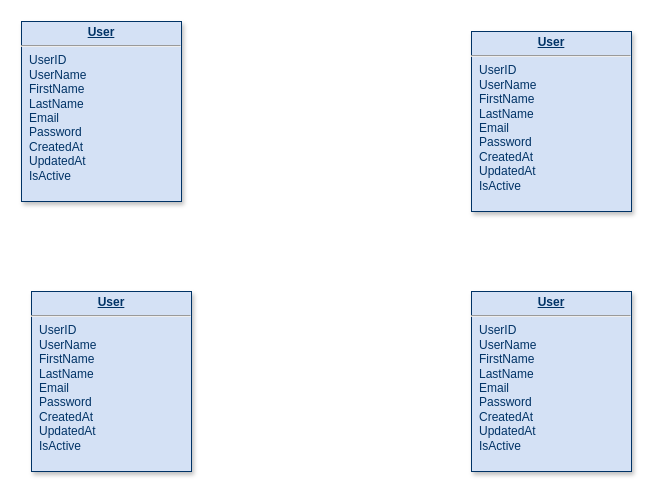
This is Team7.drawio from Zachary-R-Wilson/CIS-560-Project, a draw.io file, before an edit. Source tidied: cells renumbered, new cells numbered last; positions are measured from the earlier drawing's top-left corner, leaving out a move shared by most shapes. Both pictures are drawn from the tidied source at 100%, with x=0, y=0 at pixel (21, 21).
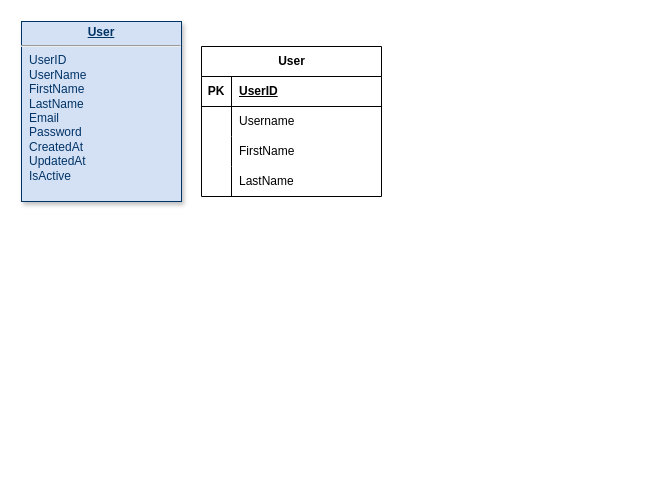
The same diagram, later.

What changed in the source:
```diff
@@
 <mxGraphModel>
   <root>
     <mxCell id="0" />
     <mxCell id="1" parent="0" />
     <mxCell id="2" value="&lt;p style=&quot;margin: 0px; margin-top: 4px; text-align: center; text-decoration: underline;&quot;&gt;&lt;strong&gt;User&lt;/strong&gt;&lt;/p&gt;&lt;hr&gt;&lt;p style=&quot;margin: 0px; margin-left: 8px;&quot;&gt;UserID&lt;/p&gt;&lt;p style=&quot;margin: 0px; margin-left: 8px;&quot;&gt;&lt;span style=&quot;background-color: initial;&quot;&gt;UserName&lt;/span&gt;&lt;br&gt;&lt;/p&gt;&lt;p style=&quot;margin: 0px; margin-left: 8px;&quot;&gt;FirstName&lt;/p&gt;&lt;p style=&quot;margin: 0px; margin-left: 8px;&quot;&gt;LastName&lt;/p&gt;&lt;p style=&quot;margin: 0px; margin-left: 8px;&quot;&gt;Email&lt;/p&gt;&lt;p style=&quot;margin: 0px; margin-left: 8px;&quot;&gt;Password&lt;/p&gt;&lt;p style=&quot;margin: 0px; margin-left: 8px;&quot;&gt;CreatedAt&lt;/p&gt;&lt;p style=&quot;margin: 0px; margin-left: 8px;&quot;&gt;UpdatedAt&lt;/p&gt;&lt;p style=&quot;margin: 0px; margin-left: 8px;&quot;&gt;IsActive&lt;/p&gt;" style="verticalAlign=top;align=left;overflow=fill;fontSize=12;fontFamily=Helvetica;html=1;strokeColor=#003366;shadow=1;fillColor=#D4E1F5;fontColor=#003366;" parent="1" vertex="1">
       <mxGeometry width="160" height="180" as="geometry" />
     </mxCell>
-    <mxCell id="3" value="&lt;p style=&quot;margin: 0px; margin-top: 4px; text-align: center; text-decoration: underline;&quot;&gt;&lt;strong&gt;User&lt;/strong&gt;&lt;/p&gt;&lt;hr&gt;&lt;p style=&quot;margin: 0px; margin-left: 8px;&quot;&gt;UserID&lt;/p&gt;&lt;p style=&quot;margin: 0px; margin-left: 8px;&quot;&gt;&lt;span style=&quot;background-color: initial;&quot;&gt;UserName&lt;/span&gt;&lt;br&gt;&lt;/p&gt;&lt;p style=&quot;margin: 0px; margin-left: 8px;&quot;&gt;FirstName&lt;/p&gt;&lt;p style=&quot;margin: 0px; margin-left: 8px;&quot;&gt;LastName&lt;/p&gt;&lt;p style=&quot;margin: 0px; margin-left: 8px;&quot;&gt;Email&lt;/p&gt;&lt;p style=&quot;margin: 0px; margin-left: 8px;&quot;&gt;Password&lt;/p&gt;&lt;p style=&quot;margin: 0px; margin-left: 8px;&quot;&gt;CreatedAt&lt;/p&gt;&lt;p style=&quot;margin: 0px; margin-left: 8px;&quot;&gt;UpdatedAt&lt;/p&gt;&lt;p style=&quot;margin: 0px; margin-left: 8px;&quot;&gt;IsActive&lt;/p&gt;" style="verticalAlign=top;align=left;overflow=fill;fontSize=12;fontFamily=Helvetica;html=1;strokeColor=#003366;shadow=1;fillColor=#D4E1F5;fontColor=#003366;" parent="1" vertex="1">
-      <mxGeometry x="10" y="270" width="160" height="180" as="geometry" />
-    </mxCell>
-    <mxCell id="4" value="&lt;p style=&quot;margin: 0px; margin-top: 4px; text-align: center; text-decoration: underline;&quot;&gt;&lt;strong&gt;User&lt;/strong&gt;&lt;/p&gt;&lt;hr&gt;&lt;p style=&quot;margin: 0px; margin-left: 8px;&quot;&gt;UserID&lt;/p&gt;&lt;p style=&quot;margin: 0px; margin-left: 8px;&quot;&gt;&lt;span style=&quot;background-color: initial;&quot;&gt;UserName&lt;/span&gt;&lt;br&gt;&lt;/p&gt;&lt;p style=&quot;margin: 0px; margin-left: 8px;&quot;&gt;FirstName&lt;/p&gt;&lt;p style=&quot;margin: 0px; margin-left: 8px;&quot;&gt;LastName&lt;/p&gt;&lt;p style=&quot;margin: 0px; margin-left: 8px;&quot;&gt;Email&lt;/p&gt;&lt;p style=&quot;margin: 0px; margin-left: 8px;&quot;&gt;Password&lt;/p&gt;&lt;p style=&quot;margin: 0px; margin-left: 8px;&quot;&gt;CreatedAt&lt;/p&gt;&lt;p style=&quot;margin: 0px; margin-left: 8px;&quot;&gt;UpdatedAt&lt;/p&gt;&lt;p style=&quot;margin: 0px; margin-left: 8px;&quot;&gt;IsActive&lt;/p&gt;" style="verticalAlign=top;align=left;overflow=fill;fontSize=12;fontFamily=Helvetica;html=1;strokeColor=#003366;shadow=1;fillColor=#D4E1F5;fontColor=#003366;" parent="1" vertex="1">
-      <mxGeometry x="450" y="270" width="160" height="180" as="geometry" />
-    </mxCell>
-    <mxCell id="5" value="&lt;p style=&quot;margin: 0px; margin-top: 4px; text-align: center; text-decoration: underline;&quot;&gt;&lt;strong&gt;User&lt;/strong&gt;&lt;/p&gt;&lt;hr&gt;&lt;p style=&quot;margin: 0px; margin-left: 8px;&quot;&gt;UserID&lt;/p&gt;&lt;p style=&quot;margin: 0px; margin-left: 8px;&quot;&gt;&lt;span style=&quot;background-color: initial;&quot;&gt;UserName&lt;/span&gt;&lt;br&gt;&lt;/p&gt;&lt;p style=&quot;margin: 0px; margin-left: 8px;&quot;&gt;FirstName&lt;/p&gt;&lt;p style=&quot;margin: 0px; margin-left: 8px;&quot;&gt;LastName&lt;/p&gt;&lt;p style=&quot;margin: 0px; margin-left: 8px;&quot;&gt;Email&lt;/p&gt;&lt;p style=&quot;margin: 0px; margin-left: 8px;&quot;&gt;Password&lt;/p&gt;&lt;p style=&quot;margin: 0px; margin-left: 8px;&quot;&gt;CreatedAt&lt;/p&gt;&lt;p style=&quot;margin: 0px; margin-left: 8px;&quot;&gt;UpdatedAt&lt;/p&gt;&lt;p style=&quot;margin: 0px; margin-left: 8px;&quot;&gt;IsActive&lt;/p&gt;" style="verticalAlign=top;align=left;overflow=fill;fontSize=12;fontFamily=Helvetica;html=1;strokeColor=#003366;shadow=1;fillColor=#D4E1F5;fontColor=#003366;" parent="1" vertex="1">
-      <mxGeometry x="450" y="10" width="160" height="180" as="geometry" />
-    </mxCell>
+    <mxCell id="6" value="User" style="shape=table;startSize=30;childLayout=tableLayout;rowLines=0;fontStyle=1;align=center;html=1;" parent="1" vertex="1">
+      <mxGeometry x="180" y="25" width="180" height="150" as="geometry" />
+    </mxCell>
+    <mxCell id="7" style="shape=tableRow;horizontal=0;startSize=0;swimlaneHead=0;swimlaneBody=0;fillColor=none;top=0;left=0;right=0;bottom=1;" parent="6" vertex="1">
+      <mxGeometry y="30" width="180" height="30" as="geometry" />
+    </mxCell>
+    <mxCell id="8" value="PK" style="shape=partialRectangle;fillColor=none;top=0;left=0;bottom=0;right=0;fontStyle=1;overflow=hidden;whiteSpace=wrap;html=1;" parent="7" vertex="1">
+      <mxGeometry width="30" height="30" as="geometry" />
+    </mxCell>
+    <mxCell id="9" value="UserID" style="shape=partialRectangle;fillColor=none;top=0;left=0;bottom=0;right=0;align=left;spacingLeft=6;fontStyle=5;overflow=hidden;whiteSpace=wrap;html=1;" parent="7" vertex="1">
+      <mxGeometry x="30" width="150" height="30" as="geometry" />
+    </mxCell>
+    <mxCell id="10" style="shape=tableRow;horizontal=0;startSize=0;swimlaneHead=0;swimlaneBody=0;fillColor=none;top=0;left=0;right=0;bottom=0;" parent="6" vertex="1">
+      <mxGeometry y="60" width="180" height="30" as="geometry" />
+    </mxCell>
+    <mxCell id="11" style="shape=partialRectangle;fillColor=none;top=0;left=0;bottom=0;right=0;overflow=hidden;whiteSpace=wrap;html=1;" parent="10" vertex="1">
+      <mxGeometry width="30" height="30" as="geometry" />
+    </mxCell>
+    <mxCell id="12" value="Username" style="shape=partialRectangle;fillColor=none;top=0;left=0;bottom=0;right=0;align=left;spacingLeft=6;overflow=hidden;whiteSpace=wrap;html=1;" parent="10" vertex="1">
+      <mxGeometry x="30" width="150" height="30" as="geometry" />
+    </mxCell>
+    <mxCell id="13" style="shape=tableRow;horizontal=0;startSize=0;swimlaneHead=0;swimlaneBody=0;fillColor=none;top=0;left=0;right=0;bottom=0;" parent="6" vertex="1">
+      <mxGeometry y="90" width="180" height="30" as="geometry" />
+    </mxCell>
+    <mxCell id="14" style="shape=partialRectangle;fillColor=none;top=0;left=0;bottom=0;right=0;overflow=hidden;whiteSpace=wrap;html=1;" parent="13" vertex="1">
+      <mxGeometry width="30" height="30" as="geometry" />
+    </mxCell>
+    <mxCell id="15" value="FirstName" style="shape=partialRectangle;fillColor=none;top=0;left=0;bottom=0;right=0;align=left;spacingLeft=6;overflow=hidden;whiteSpace=wrap;html=1;" parent="13" vertex="1">
+      <mxGeometry x="30" width="150" height="30" as="geometry" />
+    </mxCell>
+    <mxCell id="16" style="shape=tableRow;horizontal=0;startSize=0;swimlaneHead=0;swimlaneBody=0;fillColor=none;top=0;left=0;right=0;bottom=0;" parent="6" vertex="1">
+      <mxGeometry y="120" width="180" height="30" as="geometry" />
+    </mxCell>
+    <mxCell id="17" style="shape=partialRectangle;fillColor=none;top=0;left=0;bottom=0;right=0;overflow=hidden;whiteSpace=wrap;html=1;" parent="16" vertex="1">
+      <mxGeometry width="30" height="30" as="geometry" />
+    </mxCell>
+    <mxCell id="18" value="LastName" style="shape=partialRectangle;fillColor=none;top=0;left=0;bottom=0;right=0;align=left;spacingLeft=6;overflow=hidden;whiteSpace=wrap;html=1;" parent="16" vertex="1">
+      <mxGeometry x="30" width="150" height="30" as="geometry" />
+    </mxCell>
   </root>
 </mxGraphModel>
```
